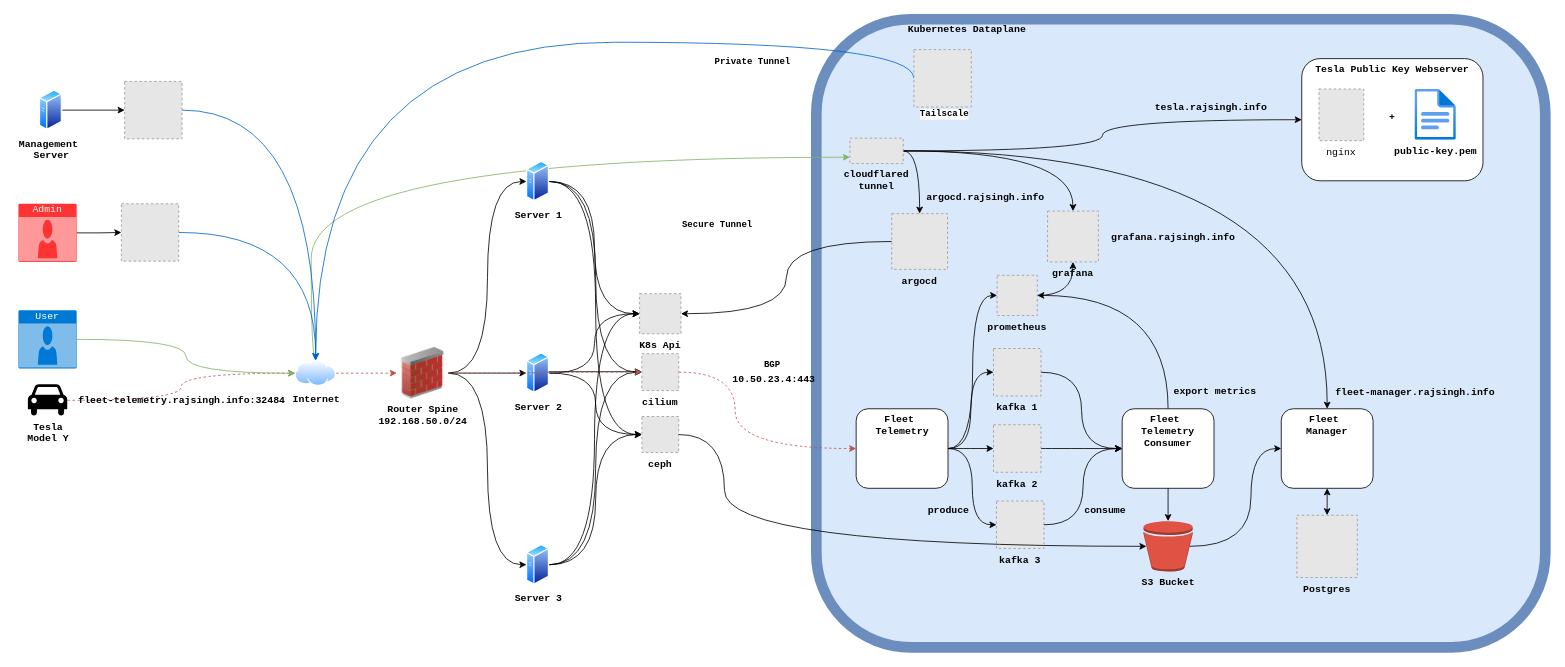
rajsinghtech/kubernetes-manifests keeps this draw.io diagram as page "Tesla Infrastructure" (2 of 3) of infrastructure.drawio. Above is the earlier version. Source tidied: cells renumbered, new cells numbered last; positions are measured from the earlier drawing's top-left corner, leaving out a move shared by most shapes. Both pictures are drawn from the tidied source at 82%, with x=0, y=0 at pixel (18, 17). Pictures stored in the file or linked from it are replaced by grey dashed boxes.
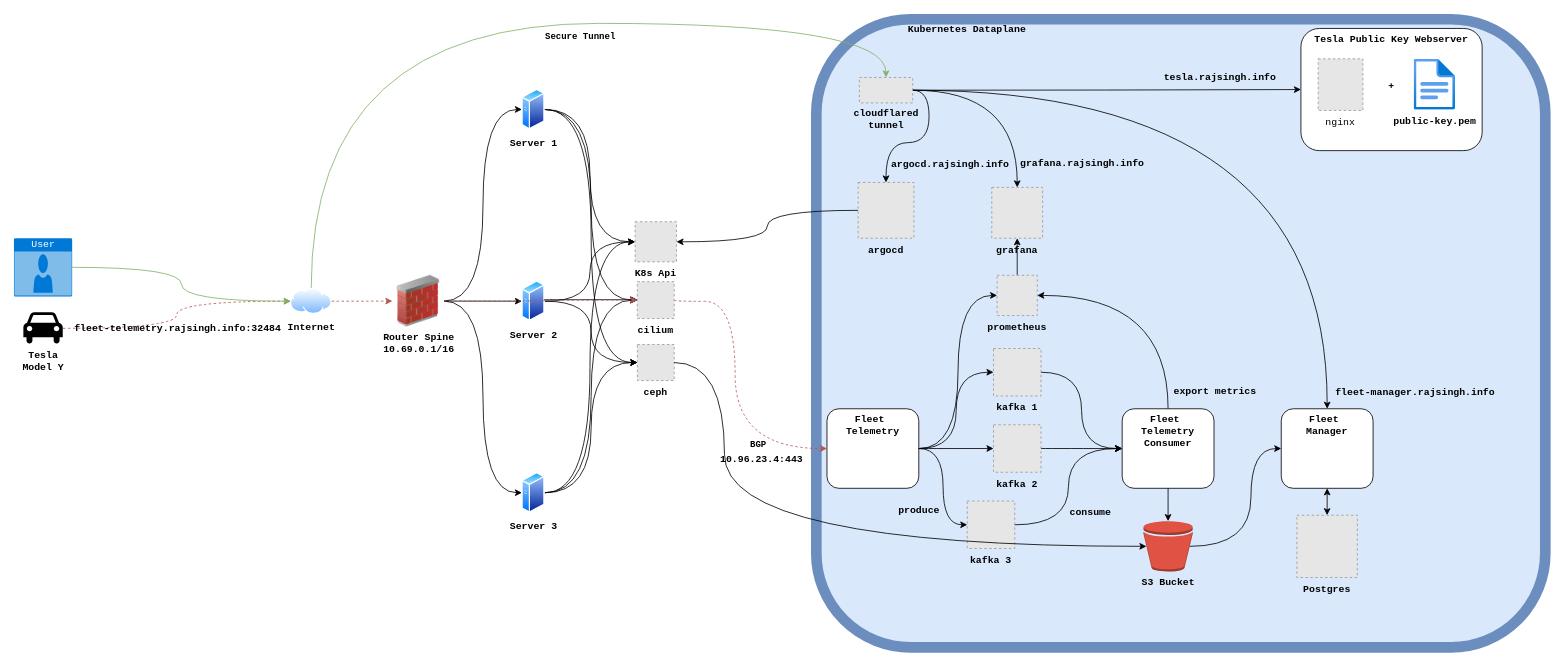
The same page after the edit.

Commit message:
Update infrastructure diagram in draw.io format, adjusting server positions, edge connections, and IP addresses for improved clarity and accuracy. Version and agent details have also been updated.

The change refers to these unchanged cells:
```xml
<mxCell id="28" style="edgeStyle=orthogonalEdgeStyle;curved=1;rounded=0;jettySize=auto;html=1;exitX=1;exitY=0.5;exitDx=0;exitDy=0;labelBackgroundColor=none;fontFamily=Courier New;fontStyle=1;fontColor=#000000;" parent="1" edge="1" source="35" target="36">
  <mxGeometry relative="1" as="geometry" />
</mxCell>
<mxCell id="30" style="edgeStyle=orthogonalEdgeStyle;curved=1;rounded=0;jettySize=auto;html=1;exitX=1;exitY=0.5;exitDx=0;exitDy=0;fontFamily=Courier New;fontSize=12;fontColor=#000000;fontStyle=1;labelBackgroundColor=none;" parent="1" edge="1" source="35" target="39">
  <mxGeometry relative="1" as="geometry" />
</mxCell>
<mxCell id="50" value="Fleet&amp;nbsp;&lt;div&gt;Telemetry&lt;br&gt;&lt;br&gt;&lt;div&gt;&lt;br&gt;&lt;/div&gt;&lt;/div&gt;" style="rounded=1;whiteSpace=wrap;html=1;strokeColor=default;align=center;verticalAlign=top;fontFamily=Courier New;fontSize=12;fontColor=#000000;fontStyle=1;labelBackgroundColor=none;fillColor=default;" parent="47" vertex="1">
  <mxGeometry width="112" height="97" as="geometry" />
</mxCell>
<mxCell id="67" value="S3 Bucket" style="outlineConnect=0;dashed=0;verticalLabelPosition=bottom;verticalAlign=top;align=center;html=1;shape=mxgraph.aws3.bucket;fillColor=#E05243;gradientColor=none;strokeColor=default;fontFamily=Courier New;fontSize=12;fontColor=#000000;fontStyle=1;labelBackgroundColor=none;" parent="1" vertex="1">
  <mxGeometry x="1372" y="614" width="60" height="61.5" as="geometry" />
</mxCell>
```

What changed in the source:
```diff
@@
     <mxCell id="6" value="Server 3" style="image;perimeter=ellipsePerimeter;html=1;align=center;shadow=0;dashed=0;spacingTop=3;image=img/lib/active_directory/generic_server.svg;labelBackgroundColor=none;fontFamily=Courier New;fontStyle=1;fontColor=#000000;" parent="1" vertex="1">
-      <mxGeometry x="619.5" y="642.2" width="28" height="50" as="geometry" />
+      <mxGeometry x="614" y="554.4" width="28" height="50" as="geometry" />
     </mxCell>
@@
     <mxCell id="9" style="edgeStyle=orthogonalEdgeStyle;curved=1;rounded=0;jettySize=auto;html=1;exitX=1;exitY=0.5;exitDx=0;exitDy=0;entryX=0;entryY=0.5;entryDx=0;entryDy=0;fontFamily=Courier New;fontSize=12;fontColor=#000000;fontStyle=1;labelBackgroundColor=none;dashed=1;fillColor=#f8cecc;strokeColor=#b85450;" parent="1" edge="1" source="74" target="50">
       <mxGeometry relative="1" as="geometry">
         <Array as="points">
-          <mxPoint x="874" y="432" />
-          <mxPoint x="874" y="525" />
+          <mxPoint x="874" y="346" />
+          <mxPoint x="874" y="526" />
         </Array>
       </mxGeometry>
     </mxCell>
-    <mxCell id="10" value="10.50.23.4:443" style="edgeLabel;html=1;align=center;verticalAlign=middle;strokeColor=default;fontFamily=Courier New;fontSize=12;fontColor=#000000;fontStyle=1;labelBackgroundColor=none;fillColor=default;" parent="9" vertex="1">
+    <mxCell id="10" value="10.96.23.4:443" style="edgeLabel;html=1;align=center;verticalAlign=middle;strokeColor=default;fontFamily=Courier New;fontSize=12;fontColor=#000000;fontStyle=1;labelBackgroundColor=none;fillColor=default;" parent="9" vertex="1">
       <mxGeometry x="0.72" y="2" relative="1" as="geometry">
-        <mxPoint x="-58" y="-82" as="offset" />
+        <mxPoint x="-29" y="15" as="offset" />
       </mxGeometry>
     </mxCell>
     <mxCell id="11" value="BGP" style="edgeLabel;html=1;align=center;verticalAlign=middle;fontFamily=Courier New;fontStyle=1;" parent="9" vertex="1">
       <mxGeometry x="0.69" y="4" relative="1" as="geometry">
-        <mxPoint x="-56" y="-98" as="offset" />
+        <mxPoint x="-27" y="-1" as="offset" />
       </mxGeometry>
     </mxCell>
-    <mxCell id="12" value="&lt;span id=&quot;docs-internal-guid-129c1558-7fff-5c4c-1586-b6c74b162c59&quot;&gt;&lt;p style=&quot;line-height:1.2;margin-top:0pt;margin-bottom:0pt;&quot; dir=&quot;ltr&quot;&gt;&lt;span style=&quot;font-size: 9pt; font-variant-numeric: normal; font-variant-east-asian: normal; font-variant-alternates: normal; font-variant-position: normal; vertical-align: baseline; white-space: pre-wrap;&quot;&gt;Router Spine&lt;/span&gt;&lt;span style=&quot;font-size: 9pt; font-variant-numeric: normal; font-variant-east-asian: normal; font-variant-alternates: normal; font-variant-position: normal; vertical-align: baseline; white-space: pre-wrap;&quot;&gt;&lt;br&gt;&lt;/span&gt;&lt;span style=&quot;font-size: 9pt; font-variant-numeric: normal; font-variant-east-asian: normal; font-variant-alternates: normal; font-variant-position: normal; vertical-align: baseline; white-space: pre-wrap;&quot;&gt;192.168.50.0/24&lt;/span&gt;&lt;/p&gt;&lt;div&gt;&lt;span style=&quot;font-size: 9pt; font-variant-numeric: normal; font-variant-east-asian: normal; font-variant-alternates: normal; font-variant-position: normal; vertical-align: baseline; white-space: pre-wrap;&quot;&gt;&lt;br&gt;&lt;/span&gt;&lt;/div&gt;&lt;/span&gt;" style="image;html=1;image=img/lib/clip_art/networking/Firewall_02_128x128.png;labelBackgroundColor=none;fontFamily=Courier New;fontStyle=1;fontColor=#000000;" parent="1" vertex="1">
-      <mxGeometry x="461.5" y="402" width="63" height="63" as="geometry" />
+    <mxCell id="12" value="&lt;span id=&quot;docs-internal-guid-129c1558-7fff-5c4c-1586-b6c74b162c59&quot;&gt;&lt;p style=&quot;line-height:1.2;margin-top:0pt;margin-bottom:0pt;&quot; dir=&quot;ltr&quot;&gt;&lt;span style=&quot;font-size: 9pt; font-variant-numeric: normal; font-variant-east-asian: normal; font-variant-alternates: normal; font-variant-position: normal; vertical-align: baseline; white-space: pre-wrap;&quot;&gt;Router Spine&lt;/span&gt;&lt;span style=&quot;font-size: 9pt; font-variant-numeric: normal; font-variant-east-asian: normal; font-variant-alternates: normal; font-variant-position: normal; vertical-align: baseline; white-space: pre-wrap;&quot;&gt;&lt;br&gt;&lt;/span&gt;&lt;span style=&quot;font-size: 9pt; font-variant-numeric: normal; font-variant-east-asian: normal; font-variant-alternates: normal; font-variant-position: normal; vertical-align: baseline; white-space: pre-wrap;&quot;&gt;10.69.0.1/16&lt;/span&gt;&lt;/p&gt;&lt;div&gt;&lt;span style=&quot;font-size: 9pt; font-variant-numeric: normal; font-variant-east-asian: normal; font-variant-alternates: normal; font-variant-position: normal; vertical-align: baseline; white-space: pre-wrap;&quot;&gt;&lt;br&gt;&lt;/span&gt;&lt;/div&gt;&lt;/span&gt;" style="image;html=1;image=img/lib/clip_art/networking/Firewall_02_128x128.png;labelBackgroundColor=none;fontFamily=Courier New;fontStyle=1;fontColor=#000000;" parent="1" vertex="1">
+      <mxGeometry x="456" y="314.2" width="63" height="63" as="geometry" />
     </mxCell>
@@
-    <mxCell id="14" style="edgeStyle=orthogonalEdgeStyle;curved=1;rounded=0;jettySize=auto;html=1;exitX=0.5;exitY=0;exitDx=0;exitDy=0;labelBackgroundColor=none;fontFamily=Courier New;fontStyle=1;fontColor=#000000;fillColor=#d5e8d4;strokeColor=#82b366;entryX=0;entryY=0.75;entryDx=0;entryDy=0;" parent="1" edge="1" source="16" target="35">
+    <mxCell id="14" style="edgeStyle=orthogonalEdgeStyle;curved=1;rounded=0;jettySize=auto;html=1;exitX=0.5;exitY=0;exitDx=0;exitDy=0;labelBackgroundColor=none;fontFamily=Courier New;fontStyle=1;fontColor=#000000;fillColor=#d5e8d4;strokeColor=#82b366;" parent="1" edge="1" source="16" target="35">
       <mxGeometry relative="1" as="geometry">
         <Array as="points">
-          <mxPoint x="357" y="418" />
-          <mxPoint x="357" y="170" />
+          <mxPoint x="357" y="7" />
+          <mxPoint x="1058" y="7" />
         </Array>
       </mxGeometry>
     </mxCell>
     <mxCell id="15" value="Secure Tunnel" style="edgeLabel;html=1;align=center;verticalAlign=middle;fontFamily=Courier New;fontStyle=1;fontColor=#000000;" parent="14" vertex="1">
       <mxGeometry x="0.19" y="-2" relative="1" as="geometry">
-        <mxPoint x="206" y="80" as="offset" />
+        <mxPoint x="1" y="13" as="offset" />
       </mxGeometry>
     </mxCell>
     <mxCell id="16" value="&lt;span style=&quot;white-space: pre-wrap;&quot; id=&quot;docs-internal-guid-129c1558-7fff-5c4c-1586-b6c74b162c59&quot;&gt;&lt;p style=&quot;line-height:1.2;margin-top:0pt;margin-bottom:0pt;&quot; dir=&quot;ltr&quot;&gt;&lt;font&gt;Internet&lt;/font&gt;&lt;/p&gt;&lt;/span&gt;" style="image;perimeter=ellipsePerimeter;html=1;align=center;shadow=0;dashed=0;spacingTop=3;image=img/lib/active_directory/internet_cloud.svg;labelBackgroundColor=none;fontStyle=1;fontColor=#000000;fontFamily=Courier New;" parent="1" vertex="1">
-      <mxGeometry x="337.5" y="417.8" width="50" height="31.5" as="geometry" />
+      <mxGeometry x="332" y="330" width="50" height="31.5" as="geometry" />
     </mxCell>
@@
     <mxCell id="18" value="Server 1" style="image;perimeter=ellipsePerimeter;html=1;align=center;shadow=0;dashed=0;spacingTop=3;image=img/lib/active_directory/generic_server.svg;labelBackgroundColor=none;fontFamily=Courier New;fontStyle=1;fontColor=#000000;" parent="1" vertex="1">
-      <mxGeometry x="619.5" y="174.8" width="28" height="50" as="geometry" />
+      <mxGeometry x="614" y="87" width="28" height="50" as="geometry" />
     </mxCell>
@@
     <mxCell id="20" value="Server 2" style="image;perimeter=ellipsePerimeter;html=1;align=center;shadow=0;dashed=0;spacingTop=3;image=img/lib/active_directory/generic_server.svg;labelBackgroundColor=none;fontFamily=Courier New;fontStyle=1;fontColor=#000000;" parent="1" vertex="1">
-      <mxGeometry x="619.5" y="408.5" width="28" height="50" as="geometry" />
+      <mxGeometry x="614" y="320.8" width="28" height="50" as="geometry" />
     </mxCell>
@@
     <mxCell id="24" value="K8s Api" style="fillColor=#E6E6E6;strokeColor=#999999;dashed=1;verticalLabelPosition=bottom;labelBackgroundColor=none;verticalAlign=top;fontFamily=Courier New;fontStyle=1;fontColor=#000000;" parent="1" vertex="1">
-      <mxGeometry x="757.5" y="336.6" width="50.5" height="49" as="geometry" />
+      <mxGeometry x="752" y="248.9" width="50.5" height="49" as="geometry" />
     </mxCell>
     <mxCell id="25" value="ceph" style="fillColor=#E6E6E6;strokeColor=#999999;dashed=1;verticalLabelPosition=bottom;labelBackgroundColor=none;verticalAlign=top;fontFamily=Courier New;fontStyle=1;fontColor=#000000;" parent="1" vertex="1">
-      <mxGeometry x="760.3" y="486.4" width="44.9" height="44" as="geometry" />
+      <mxGeometry x="754.8" y="398.6" width="44.9" height="44" as="geometry" />
     </mxCell>
@@
     <mxCell id="29" value="grafana.rajsingh.info" style="edgeLabel;html=1;align=center;verticalAlign=middle;strokeColor=default;fontFamily=Courier New;fontSize=12;fontColor=#000000;fontStyle=1;labelBackgroundColor=none;fillColor=default;" parent="28" vertex="1">
       <mxGeometry x="0.8" relative="1" as="geometry">
-        <mxPoint x="121" y="61" as="offset" />
+        <mxPoint x="78" y="-5" as="offset" />
       </mxGeometry>
     </mxCell>
@@
     <mxCell id="31" value="argocd.rajsingh.info" style="edgeLabel;html=1;align=center;verticalAlign=middle;strokeColor=default;fontFamily=Courier New;fontSize=12;fontColor=#000000;fontStyle=1;labelBackgroundColor=none;fillColor=default;" parent="30" vertex="1">
       <mxGeometry x="0.32" y="-1" relative="1" as="geometry">
-        <mxPoint x="80" y="13" as="offset" />
+        <mxPoint x="63" y="28" as="offset" />
       </mxGeometry>
     </mxCell>
@@
     <mxCell id="35" value="cloudflared tunnel&#10;" style="fillColor=#E6E6E6;strokeColor=#999999;dashed=1;verticalLabelPosition=bottom;labelBackgroundColor=none;verticalAlign=top;whiteSpace=wrap;fontFamily=Courier New;fontStyle=1;fontColor=#000000;" parent="1" vertex="1">
-      <mxGeometry x="1014" y="147" width="65" height="31" as="geometry" />
+      <mxGeometry x="1025.5" y="73" width="65" height="31" as="geometry" />
     </mxCell>
     <mxCell id="36" value="grafana" style="fillColor=#E6E6E6;strokeColor=#999999;dashed=1;verticalLabelPosition=bottom;labelBackgroundColor=none;verticalAlign=top;fontFamily=Courier New;fontStyle=1;fontColor=#000000;" parent="1" vertex="1">
-      <mxGeometry x="1255" y="235.9" width="62" height="62" as="geometry" />
+      <mxGeometry x="1187" y="207" width="62" height="62" as="geometry" />
     </mxCell>
@@
     <mxCell id="39" value="argocd" style="fillColor=#E6E6E6;strokeColor=#999999;dashed=1;verticalLabelPosition=bottom;labelBackgroundColor=none;verticalAlign=top;fontFamily=Courier New;fontStyle=1;" parent="1" vertex="1">
-      <mxGeometry x="1065" y="239" width="68" height="68" as="geometry" />
+      <mxGeometry x="1024" y="201" width="68" height="68" as="geometry" />
     </mxCell>
     <mxCell id="40" style="group;fontFamily=Courier New;" parent="1" vertex="1">
-      <mxGeometry x="1565" y="50" width="221" height="149" as="geometry" />
+      <mxGeometry x="1564" y="13.2" width="221" height="149" as="geometry" />
     </mxCell>
@@
     <mxCell id="46" value="Tesla&lt;div&gt;Model Y&lt;/div&gt;" style="shape=mxgraph.signs.transportation.car_4;html=1;fillColor=#000000;strokeColor=none;verticalLabelPosition=bottom;verticalAlign=top;align=center;fontFamily=Courier New;fontSize=12;fontColor=#000000;fontStyle=1;labelBackgroundColor=none;" parent="1" vertex="1">
-      <mxGeometry x="11.5" y="447" width="48" height="39.4" as="geometry" />
+      <mxGeometry x="6" y="359.2" width="48" height="39.4" as="geometry" />
     </mxCell>
     <mxCell id="47" style="group;fontFamily=Courier New;" parent="1" vertex="1">
-      <mxGeometry x="1021.6" y="477" width="233.4" height="175.9" as="geometry" />
+      <mxGeometry x="986" y="477" width="233.4" height="175.9" as="geometry" />
     </mxCell>
@@
     <mxCell id="71" style="edgeStyle=orthogonalEdgeStyle;curved=1;rounded=0;jettySize=auto;html=1;labelBackgroundColor=none;fontFamily=Courier New;fontStyle=1;fontColor=#000000;" parent="1" edge="1" target="74">
       <mxGeometry relative="1" as="geometry">
-        <mxPoint x="646.5" y="431.8" as="sourcePoint" />
+        <mxPoint x="641" y="344" as="sourcePoint" />
       </mxGeometry>
     </mxCell>
@@
     <mxCell id="74" value="cilium" style="fillColor=#E6E6E6;strokeColor=#999999;dashed=1;verticalLabelPosition=bottom;labelBackgroundColor=none;verticalAlign=top;fontFamily=Courier New;fontStyle=1;fontColor=#000000;" parent="1" vertex="1">
-      <mxGeometry x="760.2" y="409.8" width="45" height="45" as="geometry" />
+      <mxGeometry x="754.7" y="322" width="45" height="45" as="geometry" />
     </mxCell>
     <mxCell id="75" style="edgeStyle=orthogonalEdgeStyle;rounded=0;jettySize=auto;html=1;exitX=1;exitY=0.5;exitDx=0;exitDy=0;curved=1;entryX=0.06;entryY=0.5;entryDx=0;entryDy=0;entryPerimeter=0;fontFamily=Courier New;" parent="1" edge="1" source="25" target="67">
       <mxGeometry relative="1" as="geometry">
         <Array as="points">
-          <mxPoint x="861" y="508" />
+          <mxPoint x="861" y="421" />
           <mxPoint x="861" y="645" />
         </Array>
       </mxGeometry>
     </mxCell>
@@
     <mxCell id="77" value="User" style="html=1;whiteSpace=wrap;strokeColor=none;fillColor=#0079D6;labelPosition=center;verticalLabelPosition=middle;verticalAlign=top;align=center;fontSize=12;outlineConnect=0;spacingTop=-6;fontColor=#FFFFFF;sketch=0;shape=mxgraph.sitemap.user;fontFamily=Courier New;" parent="1" vertex="1">
-      <mxGeometry y="356.8" width="71" height="71" as="geometry" />
+      <mxGeometry x="-5.5" y="269" width="71" height="71" as="geometry" />
     </mxCell>
@@
-    <mxCell id="79" style="edgeStyle=orthogonalEdgeStyle;rounded=0;jettySize=auto;html=1;" parent="1" edge="1" source="80" target="82">
-      <mxGeometry relative="1" as="geometry" />
-    </mxCell>
-    <mxCell id="80" value="Admin" style="html=1;whiteSpace=wrap;strokeColor=none;fillColor=#FF3333;labelPosition=center;verticalLabelPosition=middle;verticalAlign=top;align=center;fontSize=12;outlineConnect=0;spacingTop=-6;fontColor=#FFFFFF;sketch=0;shape=mxgraph.sitemap.user;fontFamily=Courier New;" parent="1" vertex="1">
-      <mxGeometry y="227" width="71" height="71" as="geometry" />
-    </mxCell>
-    <mxCell id="81" style="edgeStyle=orthogonalEdgeStyle;rounded=0;jettySize=auto;html=1;curved=1;strokeColor=#0066CC;" parent="1" edge="1" source="82" target="16">
-      <mxGeometry relative="1" as="geometry" />
-    </mxCell>
-    <mxCell id="82" style="fillColor=#E6E6E6;strokeColor=#999999;dashed=1;verticalLabelPosition=bottom;labelBackgroundColor=default;verticalAlign=top;" parent="1" vertex="1">
-      <mxGeometry x="125.5" y="227" width="70" height="70" as="geometry" />
-    </mxCell>
-    <mxCell id="83" style="edgeStyle=orthogonalEdgeStyle;rounded=0;jettySize=auto;html=1;entryX=0.5;entryY=0;entryDx=0;entryDy=0;curved=1;exitX=0;exitY=0.5;exitDx=0;exitDy=0;strokeColor=#0066CC;" parent="1" edge="1" source="84" target="16">
-      <mxGeometry relative="1" as="geometry">
-        <Array as="points">
-          <mxPoint x="1092" y="30" />
-          <mxPoint x="363" y="30" />
-        </Array>
-      </mxGeometry>
-    </mxCell>
-    <mxCell id="84" style="fillColor=#E6E6E6;strokeColor=#999999;dashed=1;verticalLabelPosition=bottom;labelBackgroundColor=default;verticalAlign=top;" parent="1" vertex="1">
-      <mxGeometry x="1092" y="39" width="70" height="70" as="geometry" />
-    </mxCell>
-    <mxCell id="85" value="Private Tunnel" style="edgeLabel;html=1;align=center;verticalAlign=middle;fontFamily=Courier New;fontStyle=1;fontColor=#000000;" parent="1" vertex="1">
-      <mxGeometry x="894" y="53" as="geometry" />
-    </mxCell>
-    <mxCell id="86" value="Tailscale" style="edgeLabel;html=1;align=center;verticalAlign=middle;fontFamily=Courier New;fontStyle=1;" parent="1" vertex="1">
-      <mxGeometry x="924" y="334" as="geometry">
-        <mxPoint x="204" y="-217" as="offset" />
-      </mxGeometry>
-    </mxCell>
-    <mxCell id="87" style="edgeStyle=orthogonalEdgeStyle;rounded=0;jettySize=auto;html=1;" parent="1" edge="1" source="88" target="90">
-      <mxGeometry relative="1" as="geometry" />
-    </mxCell>
-    <mxCell id="88" value="Management&amp;nbsp;&lt;br&gt;Server" style="image;perimeter=ellipsePerimeter;html=1;align=center;shadow=0;dashed=0;spacingTop=3;image=img/lib/active_directory/generic_server.svg;labelBackgroundColor=none;fontFamily=Courier New;fontStyle=1;fontColor=#000000;" parent="1" vertex="1">
-      <mxGeometry x="25.5" y="87.8" width="28" height="50" as="geometry" />
-    </mxCell>
-    <mxCell id="89" style="edgeStyle=orthogonalEdgeStyle;rounded=0;jettySize=auto;html=1;entryX=0.5;entryY=0;entryDx=0;entryDy=0;curved=1;strokeColor=#0066CC;" parent="1" edge="1" source="90" target="16">
-      <mxGeometry relative="1" as="geometry" />
-    </mxCell>
-    <mxCell id="90" style="fillColor=#E6E6E6;strokeColor=#999999;dashed=1;verticalLabelPosition=bottom;labelBackgroundColor=default;verticalAlign=top;" parent="1" vertex="1">
-      <mxGeometry x="129.5" y="77.8" width="70" height="70" as="geometry" />
-    </mxCell>
```
